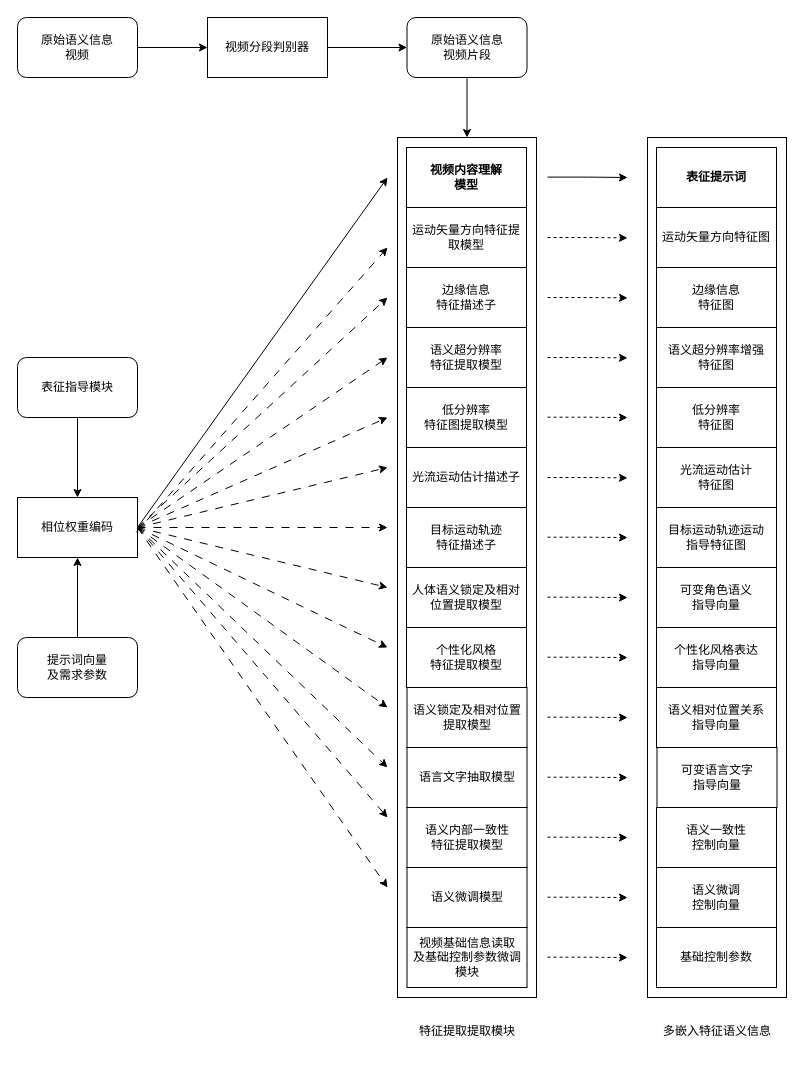
Before: 视频提取模块v2.drawio in hrf666666/FlowCharts, a draw.io diagram. Source tidied: cells renumbered, new cells numbered last; positions are measured from the earlier drawing's top-left corner, leaving out a move shared by most shapes. Both pictures are drawn from the tidied source at 100%, with x=0, y=0 at pixel (17, 17).
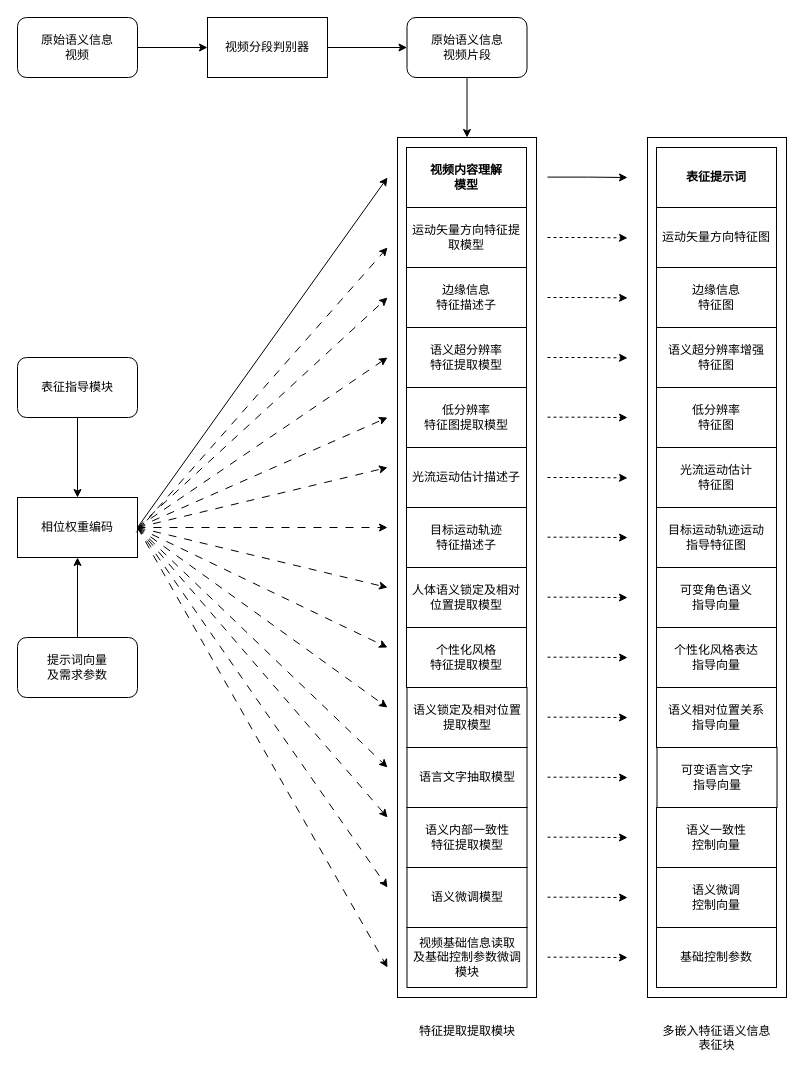
Above is the later version.

Commit message:
更新视频提取模块v2.drawio

Unchanged cells that the change refers to:
```xml
<mxCell id="7" value="相位权重编码" style="rounded=0;whiteSpace=wrap;html=1;" parent="1" vertex="1">
  <mxGeometry y="480" width="120" height="60" as="geometry" />
</mxCell>
```

Diff of the diagram source:
```diff
@@
-    <mxCell id="37" value="&lt;span style=&quot;color: rgb(0, 0, 0); font-family: Helvetica; font-size: 12px; font-style: normal; font-variant-ligatures: normal; font-variant-caps: normal; font-weight: 400; letter-spacing: normal; orphans: 2; text-align: center; text-indent: 0px; text-transform: none; widows: 2; word-spacing: 0px; -webkit-text-stroke-width: 0px; white-space: normal; background-color: rgb(251, 251, 251); text-decoration-thickness: initial; text-decoration-style: initial; text-decoration-color: initial; display: inline !important; float: none;&quot;&gt;多嵌入特征语义信息&lt;/span&gt;" style="text;whiteSpace=wrap;html=1;" parent="1" vertex="1">
+    <mxCell id="37" value="&lt;span style=&quot;color: rgb(0, 0, 0); font-family: Helvetica; font-size: 12px; font-style: normal; font-variant-ligatures: normal; font-variant-caps: normal; font-weight: 400; letter-spacing: normal; orphans: 2; text-indent: 0px; text-transform: none; widows: 2; word-spacing: 0px; -webkit-text-stroke-width: 0px; white-space: normal; background-color: rgb(251, 251, 251); text-decoration-thickness: initial; text-decoration-style: initial; text-decoration-color: initial; float: none; display: inline !important;&quot;&gt;多嵌入特征语义信息表征块&lt;/span&gt;" style="text;whiteSpace=wrap;html=1;align=center;" parent="1" vertex="1">
       <mxGeometry x="643.5" y="1000" width="111" height="40" as="geometry" />
     </mxCell>
@@
+    <mxCell id="72" style="endArrow=classic;html=1;rounded=0;dashed=1;dashPattern=8 8;exitX=1;exitY=0.5;exitDx=0;exitDy=0;" parent="1" edge="1" source="7">
+      <mxGeometry relative="1" as="geometry">
+        <mxPoint x="370" y="950" as="targetPoint" />
+      </mxGeometry>
+    </mxCell>
```
